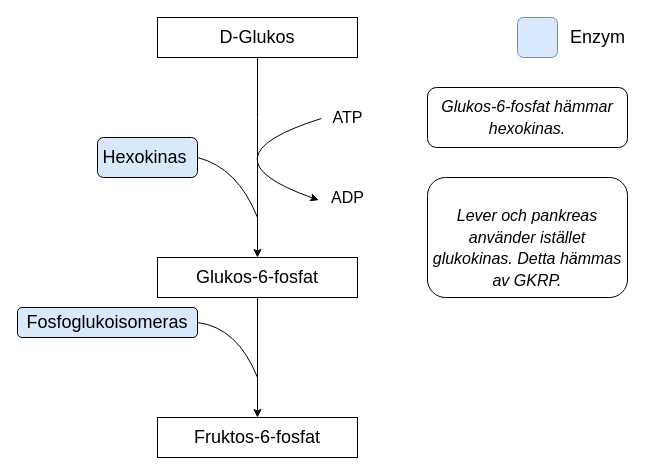
The draw.io diagram Glykolys.drawio in CarlSteiner/Biokemi, before the edit. Source tidied: cells renumbered, new cells numbered last; positions are measured from the earlier drawing's top-left corner, leaving out a move shared by most shapes. Both pictures are drawn from the tidied source at 100%, with x=0, y=0 at pixel (17, 17).
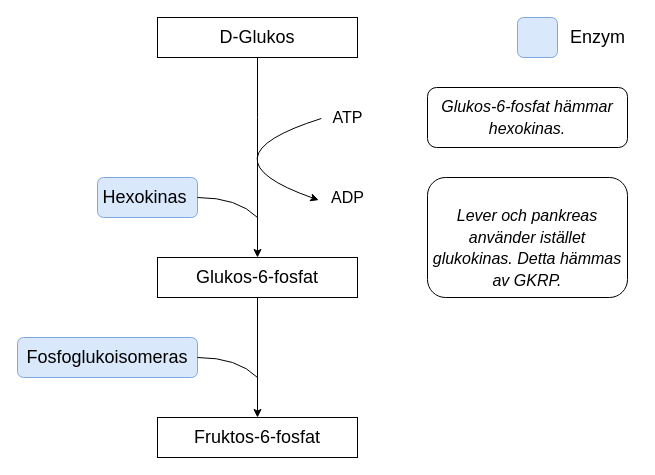
After the change.

The edit, as a diff of the source:
```diff
@@
-    <mxCell id="4" value="Hexokinas&amp;nbsp;" style="rounded=1;whiteSpace=wrap;html=1;align=center;verticalAlign=middle;fontFamily=Helvetica;fontSize=18;fillColor=#dae8fc;labelBackgroundColor=none;strokeColor=default;" parent="1" vertex="1">
-      <mxGeometry x="80" y="120" width="100" height="40" as="geometry" />
+    <mxCell id="4" value="Hexokinas&amp;nbsp;" style="rounded=1;whiteSpace=wrap;html=1;align=center;verticalAlign=middle;fontFamily=Helvetica;fontSize=18;fillColor=#dae8fc;labelBackgroundColor=none;strokeColor=#7EA6E0;" parent="1" vertex="1">
+      <mxGeometry x="80" y="160" width="100" height="40" as="geometry" />
     </mxCell>
@@
-    <mxCell id="11" value="Fosfoglukoisomeras" style="text;html=1;align=center;verticalAlign=middle;whiteSpace=wrap;rounded=1;fontFamily=Helvetica;fontSize=18;labelBackgroundColor=none;strokeColor=light-dark(#000000, #5c79a3);fillColor=#dae8fc;glass=0;shadow=0;" parent="1" vertex="1">
-      <mxGeometry y="290" width="180" height="30" as="geometry" />
+    <mxCell id="11" value="Fosfoglukoisomeras" style="text;html=1;align=center;verticalAlign=middle;whiteSpace=wrap;rounded=1;fontFamily=Helvetica;fontSize=18;labelBackgroundColor=none;strokeColor=light-dark(#7EA6E0,#5C79A3);fillColor=#dae8fc;glass=0;shadow=0;" parent="1" vertex="1">
+      <mxGeometry y="320" width="180" height="40" as="geometry" />
     </mxCell>
-    <mxCell id="12" style="rounded=1;whiteSpace=wrap;html=1;align=center;verticalAlign=middle;fontFamily=Helvetica;fontSize=18;fillColor=#dae8fc;strokeColor=#6c8ebf;" parent="1" vertex="1">
+    <mxCell id="12" style="rounded=1;whiteSpace=wrap;html=1;align=center;verticalAlign=middle;fontFamily=Helvetica;fontSize=18;fillColor=#dae8fc;strokeColor=#7EA6E0;" parent="1" vertex="1">
       <mxGeometry x="500" width="40" height="40" as="geometry" />
     </mxCell>
@@
     <mxCell id="16" style="endArrow=none;html=1;rounded=0;fontFamily=Helvetica;fontSize=18;fontColor=default;exitX=1;exitY=0.5;exitDx=0;exitDy=0;curved=1;" parent="1" edge="1" source="4">
       <mxGeometry relative="1" as="geometry">
         <mxPoint x="240" y="200" as="targetPoint" />
         <Array as="points">
-          <mxPoint x="220" y="150" />
+          <mxPoint x="220" y="180" />
         </Array>
       </mxGeometry>
     </mxCell>
-    <mxCell id="17" style="endArrow=none;html=1;rounded=0;fontFamily=Helvetica;fontSize=18;fontColor=default;exitX=1;exitY=0.5;exitDx=0;exitDy=0;curved=1;" parent="1" edge="1" source="11">
-      <mxGeometry relative="1" as="geometry">
-        <mxPoint x="240" y="360" as="targetPoint" />
-        <Array as="points">
-          <mxPoint x="220" y="310" />
-        </Array>
-      </mxGeometry>
-    </mxCell>
+    <mxCell id="18" style="endArrow=none;html=1;rounded=0;fontFamily=Helvetica;fontSize=18;fontColor=default;exitX=1;exitY=0.5;exitDx=0;exitDy=0;curved=1;" parent="1" edge="1">
+      <mxGeometry relative="1" as="geometry">
+        <mxPoint x="180" y="340" as="sourcePoint" />
+        <mxPoint x="240" y="360" as="targetPoint" />
+        <Array as="points">
+          <mxPoint x="220" y="340" />
+        </Array>
+      </mxGeometry>
+    </mxCell>
```
